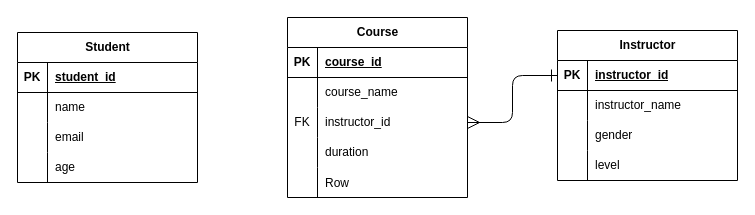
Before: EduHub.drawio in suez-halder/my-ER-diagrams, a draw.io diagram. Source tidied: cells renumbered, new cells numbered last; positions are measured from the earlier drawing's top-left corner, leaving out a move shared by most shapes. Both pictures are drawn from the tidied source at 100%, with x=0, y=0 at pixel (17, 17).
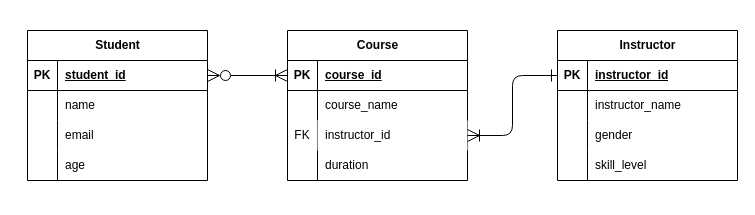
The same diagram, later.

Commit message:
cardinality relationship added. Need to fix many-to-many

The change refers to these unchanged cells:
```xml
<mxCell id="3" style="shape=tableRow;horizontal=0;startSize=0;swimlaneHead=0;swimlaneBody=0;fillColor=none;points=[[0,0.5],[1,0.5]];portConstraint=eastwest;top=0;left=0;right=0;bottom=1;" parent="2" vertex="1">
  <mxGeometry y="30" width="180" height="30" as="geometry" />
</mxCell>
<mxCell id="16" style="shape=tableRow;horizontal=0;startSize=0;swimlaneHead=0;swimlaneBody=0;fillColor=none;points=[[0,0.5],[1,0.5]];portConstraint=eastwest;top=0;left=0;right=0;bottom=1;" parent="15" vertex="1">
  <mxGeometry y="30" width="180" height="30" as="geometry" />
</mxCell>
<mxCell id="22" style="shape=tableRow;horizontal=0;startSize=0;swimlaneHead=0;swimlaneBody=0;fillColor=none;points=[[0,0.5],[1,0.5]];portConstraint=eastwest;top=0;left=0;right=0;bottom=0;" parent="15" vertex="1">
  <mxGeometry y="90" width="180" height="30" as="geometry" />
</mxCell>
<mxCell id="32" style="shape=tableRow;horizontal=0;startSize=0;swimlaneHead=0;swimlaneBody=0;fillColor=none;points=[[0,0.5],[1,0.5]];portConstraint=eastwest;top=0;left=0;right=0;bottom=1;" parent="31" vertex="1">
  <mxGeometry y="30" width="180" height="30" as="geometry" />
</mxCell>
<mxCell id="41" style="shape=tableRow;horizontal=0;startSize=0;swimlaneHead=0;swimlaneBody=0;fillColor=none;top=0;left=0;right=0;bottom=0;" parent="31" vertex="1">
  <mxGeometry y="120" width="180" height="30" as="geometry" />
</mxCell>
```

Diff of the diagram source:
```diff
@@
     <mxCell id="2" value="Student" style="shape=table;startSize=30;childLayout=tableLayout;rowLines=0;fontStyle=1;align=center;html=1;" parent="1" vertex="1">
-      <mxGeometry y="15" width="180" height="150" as="geometry" />
+      <mxGeometry x="10" y="13" width="180" height="150" as="geometry" />
     </mxCell>
@@
     <mxCell id="15" value="Course" style="shape=table;startSize=30;childLayout=tableLayout;rowLines=0;fontStyle=1;align=center;html=1;" parent="1" vertex="1">
-      <mxGeometry x="270" width="180" height="180" as="geometry" />
+      <mxGeometry x="270" y="13" width="180" height="150" as="geometry" />
     </mxCell>
@@
-    <mxCell id="24" value="instructor_id" style="shape=partialRectangle;fillColor=none;top=0;left=0;bottom=0;right=0;align=left;spacingLeft=6;overflow=hidden;whiteSpace=wrap;html=1;" parent="22" vertex="1">
+    <mxCell id="24" value="instructor_id" style="shape=partialRectangle;top=0;left=0;bottom=0;right=0;align=left;spacingLeft=6;overflow=hidden;whiteSpace=wrap;html=1;shadow=0;fillColor=default;gradientColor=none;" parent="22" vertex="1">
       <mxGeometry x="30" width="150" height="30" as="geometry" />
     </mxCell>
@@
-    <mxCell id="28" style="shape=tableRow;horizontal=0;startSize=0;swimlaneHead=0;swimlaneBody=0;fillColor=none;top=0;left=0;right=0;bottom=0;" parent="15" vertex="1">
-      <mxGeometry y="150" width="180" height="30" as="geometry" />
-    </mxCell>
-    <mxCell id="29" style="shape=partialRectangle;fillColor=none;top=0;left=0;bottom=0;right=0;overflow=hidden;" parent="28" vertex="1">
-      <mxGeometry width="30" height="30" as="geometry" />
-    </mxCell>
-    <mxCell id="30" value="Row" style="shape=partialRectangle;fillColor=none;top=0;left=0;bottom=0;right=0;align=left;spacingLeft=6;overflow=hidden;" parent="28" vertex="1">
-      <mxGeometry x="30" width="150" height="30" as="geometry" />
-    </mxCell>
@@
-    <mxCell id="43" value="level" style="shape=partialRectangle;fillColor=none;top=0;left=0;bottom=0;right=0;align=left;spacingLeft=6;overflow=hidden;whiteSpace=wrap;html=1;" parent="41" vertex="1">
+    <mxCell id="43" value="skill_level" style="shape=partialRectangle;fillColor=none;top=0;left=0;bottom=0;right=0;align=left;spacingLeft=6;overflow=hidden;whiteSpace=wrap;html=1;" parent="41" vertex="1">
       <mxGeometry x="30" width="150" height="30" as="geometry" />
     </mxCell>
-    <mxCell id="44" style="edgeStyle=orthogonalEdgeStyle;html=1;exitX=1;exitY=0.5;exitDx=0;exitDy=0;endSize=10;startSize=10;startArrow=ERmany;startFill=0;endArrow=ERone;endFill=0;" parent="1" edge="1" source="22" target="32">
+    <mxCell id="44" style="edgeStyle=orthogonalEdgeStyle;html=1;exitX=1;exitY=0.5;exitDx=0;exitDy=0;endSize=10;startSize=10;startArrow=ERoneToMany;startFill=0;endArrow=ERone;endFill=0;" parent="1" edge="1" source="22" target="32">
       <mxGeometry relative="1" as="geometry" />
     </mxCell>
+    <mxCell id="45" style="edgeStyle=orthogonalEdgeStyle;html=1;exitX=1;exitY=0.5;exitDx=0;exitDy=0;entryX=0;entryY=0.5;entryDx=0;entryDy=0;startArrow=ERzeroToMany;startFill=0;endArrow=ERoneToMany;endFill=0;startSize=10;endSize=10;" parent="1" edge="1" source="3" target="16">
+      <mxGeometry relative="1" as="geometry" />
+    </mxCell>
```
